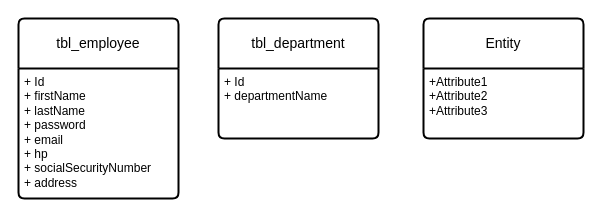
Earlier version of the draw.io diagram page "Tables" (2 of 5) of LayerAcrhitectureHRIS.drawio (jarisiber/layer-architecture). Source tidied: cells renumbered, new cells numbered last; positions are measured from the earlier drawing's top-left corner, leaving out a move shared by most shapes. Both pictures are drawn from the tidied source at 100%, with x=0, y=0 at pixel (18, 18).
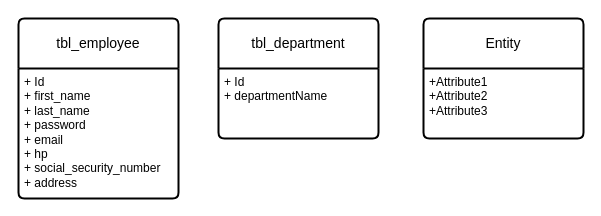
The same diagram, later.

Change to the diagram source:
```diff
@@
 <mxGraphModel>
   <root>
     <mxCell id="0" />
     <mxCell id="1" parent="0" />
     <mxCell id="2" value="tbl_employee" style="swimlane;horizontal=1;startSize=50;rounded=1;fontSize=14;fontStyle=0;strokeWidth=2;shadow=0;dashed=0;align=center;arcSize=4;whiteSpace=wrap;html=1;" parent="1" vertex="1">
       <mxGeometry width="160" height="180" as="geometry" />
     </mxCell>
-    <mxCell id="3" value="+ Id&lt;br&gt;+ firstName&lt;br&gt;+ lastName&lt;br&gt;+ password&lt;br&gt;+ email&lt;br&gt;+ hp&lt;br&gt;+ socialSecurityNumber&lt;br&gt;+ address" style="align=left;strokeColor=none;fillColor=none;spacingLeft=4;fontSize=12;verticalAlign=top;html=1;" parent="2" vertex="1">
+    <mxCell id="3" value="+ Id&lt;br&gt;+ first_name&lt;br&gt;+ last_name&lt;br&gt;+ password&lt;br&gt;+ email&lt;br&gt;+ hp&lt;br&gt;+ social_security_number&lt;br&gt;+ address" style="align=left;strokeColor=none;fillColor=none;spacingLeft=4;fontSize=12;verticalAlign=top;html=1;" parent="2" vertex="1">
       <mxGeometry y="50" width="160" height="130" as="geometry" />
     </mxCell>
     <mxCell id="4" value="tbl_department" style="swimlane;horizontal=1;startSize=50;rounded=1;fontSize=14;fontStyle=0;strokeWidth=2;shadow=0;dashed=0;align=center;arcSize=4;whiteSpace=wrap;html=1;" parent="1" vertex="1">
       <mxGeometry x="200" width="160" height="120" as="geometry" />
     </mxCell>
     <mxCell id="5" value="+ Id&lt;br&gt;+ departmentName" style="align=left;strokeColor=none;fillColor=none;spacingLeft=4;fontSize=12;verticalAlign=top;html=1;" parent="4" vertex="1">
       <mxGeometry y="50" width="160" height="70" as="geometry" />
     </mxCell>
     <mxCell id="6" value="Entity" style="swimlane;horizontal=1;startSize=50;rounded=1;fontSize=14;fontStyle=0;strokeWidth=2;shadow=0;dashed=0;align=center;arcSize=4;whiteSpace=wrap;html=1;" parent="1" vertex="1">
       <mxGeometry x="405" width="160" height="120" as="geometry" />
     </mxCell>
     <mxCell id="7" value="+Attribute1&#10;+Attribute2&#10;+Attribute3" style="align=left;strokeColor=none;fillColor=none;spacingLeft=4;fontSize=12;verticalAlign=top;html=1;" parent="6" vertex="1">
       <mxGeometry y="50" width="160" height="70" as="geometry" />
     </mxCell>
   </root>
 </mxGraphModel>
```
